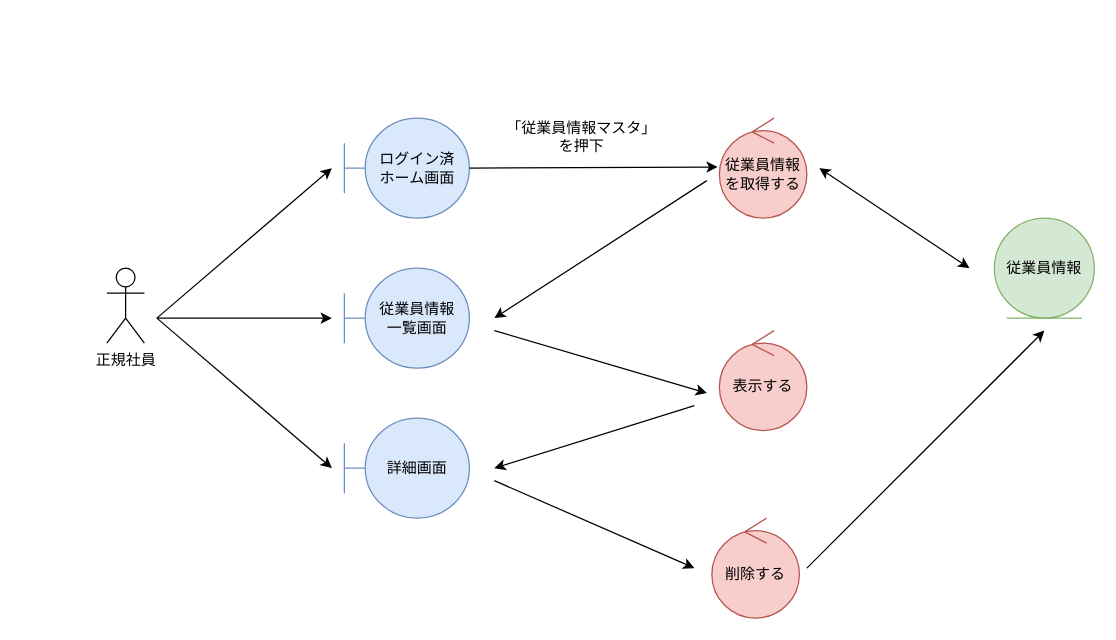
The draw.io diagram page "*従業員情報管理_削除" (4 of 5) of 各種設計書/3ロバストネス図/マスタ管理/1.従業員情報マスタ.drawio in HaruShim/Sotuken, before the edit. Source tidied: cells renumbered, new cells numbered last; positions are measured from the earlier drawing's top-left corner, leaving out a move shared by most shapes. Both pictures are drawn from the tidied source at 125%, with x=0, y=0 at pixel (106, 118).
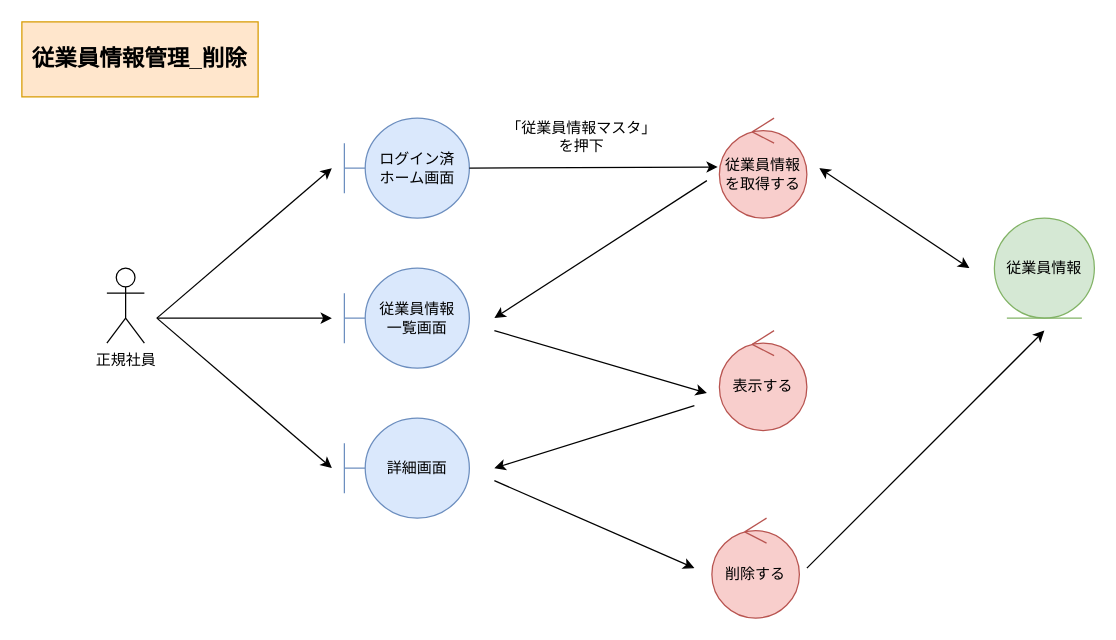
The same page after the edit.

What changed in the source:
```diff
@@
+    <mxCell id="21" value="従業員情報管理_削除" style="rounded=0;whiteSpace=wrap;html=1;fillColor=#ffe6cc;strokeColor=#d79b00;fontStyle=1;fontSize=18;" parent="1" vertex="1">
+      <mxGeometry x="-68" y="-77" width="189" height="60" as="geometry" />
+    </mxCell>
```
